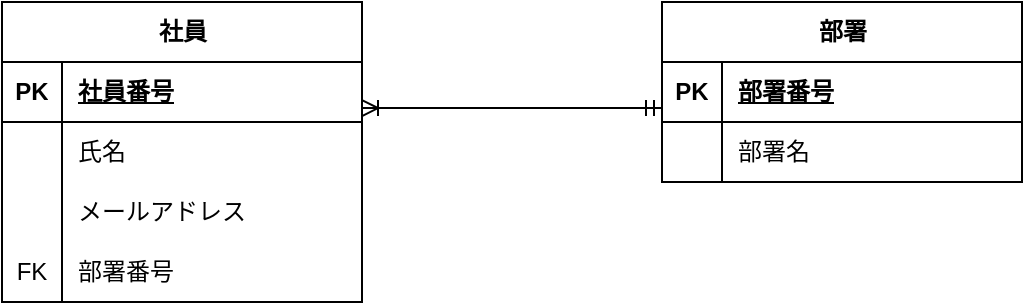
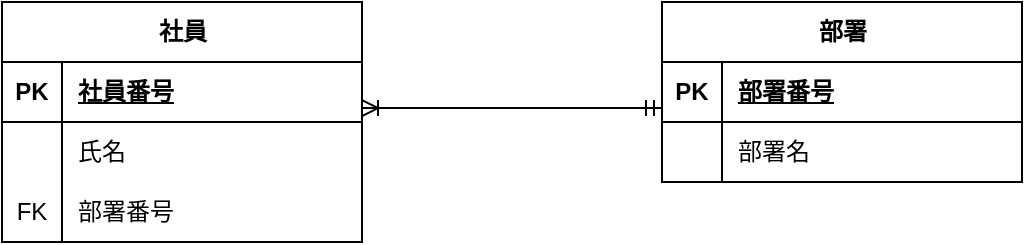
<mxfile host="65bd71144e">
    <diagram name="ページ-1" id="KEg2G5C3dqyvgz9N-VbT">
-         <mxGraphModel dx="716" dy="276" grid="1" gridSize="10" guides="1" tooltips="1" connect="1" arrows="1" fold="1" page="1" pageScale="1" pageWidth="827" pageHeight="1169" math="0" shadow="0">
+         <mxGraphModel dx="446" dy="235" grid="1" gridSize="10" guides="1" tooltips="1" connect="1" arrows="1" fold="1" page="1" pageScale="1" pageWidth="827" pageHeight="1169" math="0" shadow="0">
            <root>
                <mxCell id="0"/>
                <mxCell id="1" parent="0"/>
                <mxCell id="LtmOEKHo_LTRpUcJHJ3s-27" style="edgeStyle=orthogonalEdgeStyle;rounded=0;orthogonalLoop=1;jettySize=auto;html=1;exitX=1;exitY=0.767;exitDx=0;exitDy=0;entryX=0;entryY=0.767;entryDx=0;entryDy=0;startArrow=ERoneToMany;startFill=0;endArrow=ERmandOne;endFill=0;exitPerimeter=0;entryPerimeter=0;" parent="1" source="3" target="16" edge="1">
                    <mxGeometry relative="1" as="geometry"/>
                </mxCell>
                <mxCell id="2" value="社員" style="shape=table;startSize=30;container=1;collapsible=1;childLayout=tableLayout;fixedRows=1;rowLines=0;fontStyle=1;align=center;resizeLast=1;html=1;" parent="1" vertex="1">
-                     <mxGeometry x="40" y="40" width="180" height="150" as="geometry"/>
+                     <mxGeometry x="40" y="40" width="180" height="120" as="geometry"/>
                </mxCell>
                <mxCell id="3" value="" style="shape=tableRow;horizontal=0;startSize=0;swimlaneHead=0;swimlaneBody=0;fillColor=none;collapsible=0;dropTarget=0;points=[[0,0.5],[1,0.5]];portConstraint=eastwest;top=0;left=0;right=0;bottom=1;" parent="2" vertex="1">
                    <mxGeometry y="30" width="180" height="30" as="geometry"/>
                </mxCell>
                <mxCell id="4" value="PK" style="shape=partialRectangle;connectable=0;fillColor=none;top=0;left=0;bottom=0;right=0;fontStyle=1;overflow=hidden;whiteSpace=wrap;html=1;" parent="3" vertex="1">
                    <mxGeometry width="30" height="30" as="geometry">
                        <mxRectangle width="30" height="30" as="alternateBounds"/>
                    </mxGeometry>
                </mxCell>
                <mxCell id="5" value="社員番号" style="shape=partialRectangle;connectable=0;fillColor=none;top=0;left=0;bottom=0;right=0;align=left;spacingLeft=6;fontStyle=5;overflow=hidden;whiteSpace=wrap;html=1;" parent="3" vertex="1">
                    <mxGeometry x="30" width="150" height="30" as="geometry">
                        <mxRectangle width="150" height="30" as="alternateBounds"/>
                    </mxGeometry>
                </mxCell>
                <mxCell id="6" value="" style="shape=tableRow;horizontal=0;startSize=0;swimlaneHead=0;swimlaneBody=0;fillColor=none;collapsible=0;dropTarget=0;points=[[0,0.5],[1,0.5]];portConstraint=eastwest;top=0;left=0;right=0;bottom=0;" parent="2" vertex="1">
                    <mxGeometry y="60" width="180" height="30" as="geometry"/>
                </mxCell>
                <mxCell id="7" value="" style="shape=partialRectangle;connectable=0;fillColor=none;top=0;left=0;bottom=0;right=0;editable=1;overflow=hidden;whiteSpace=wrap;html=1;" parent="6" vertex="1">
                    <mxGeometry width="30" height="30" as="geometry">
                        <mxRectangle width="30" height="30" as="alternateBounds"/>
                    </mxGeometry>
                </mxCell>
                <mxCell id="8" value="氏名" style="shape=partialRectangle;connectable=0;fillColor=none;top=0;left=0;bottom=0;right=0;align=left;spacingLeft=6;overflow=hidden;whiteSpace=wrap;html=1;" parent="6" vertex="1">
                    <mxGeometry x="30" width="150" height="30" as="geometry">
                        <mxRectangle width="150" height="30" as="alternateBounds"/>
                    </mxGeometry>
                </mxCell>
-                 <mxCell id="9" value="" style="shape=tableRow;horizontal=0;startSize=0;swimlaneHead=0;swimlaneBody=0;fillColor=none;collapsible=0;dropTarget=0;points=[[0,0.5],[1,0.5]];portConstraint=eastwest;top=0;left=0;right=0;bottom=0;" parent="2" vertex="1">
+                 <mxCell id="12" value="" style="shape=tableRow;horizontal=0;startSize=0;swimlaneHead=0;swimlaneBody=0;fillColor=none;collapsible=0;dropTarget=0;points=[[0,0.5],[1,0.5]];portConstraint=eastwest;top=0;left=0;right=0;bottom=0;" parent="2" vertex="1">
                    <mxGeometry y="90" width="180" height="30" as="geometry"/>
-                 </mxCell>
-                 <mxCell id="10" value="" style="shape=partialRectangle;connectable=0;fillColor=none;top=0;left=0;bottom=0;right=0;editable=1;overflow=hidden;whiteSpace=wrap;html=1;" parent="9" vertex="1">
-                     <mxGeometry width="30" height="30" as="geometry">
-                         <mxRectangle width="30" height="30" as="alternateBounds"/>
-                     </mxGeometry>
-                 </mxCell>
-                 <mxCell id="11" value="メールアドレス" style="shape=partialRectangle;connectable=0;fillColor=none;top=0;left=0;bottom=0;right=0;align=left;spacingLeft=6;overflow=hidden;whiteSpace=wrap;html=1;" parent="9" vertex="1">
-                     <mxGeometry x="30" width="150" height="30" as="geometry">
-                         <mxRectangle width="150" height="30" as="alternateBounds"/>
-                     </mxGeometry>
-                 </mxCell>
-                 <mxCell id="12" value="" style="shape=tableRow;horizontal=0;startSize=0;swimlaneHead=0;swimlaneBody=0;fillColor=none;collapsible=0;dropTarget=0;points=[[0,0.5],[1,0.5]];portConstraint=eastwest;top=0;left=0;right=0;bottom=0;" parent="2" vertex="1">
-                     <mxGeometry y="120" width="180" height="30" as="geometry"/>
                </mxCell>
                <mxCell id="13" value="FK" style="shape=partialRectangle;connectable=0;fillColor=none;top=0;left=0;bottom=0;right=0;editable=1;overflow=hidden;whiteSpace=wrap;html=1;" parent="12" vertex="1">
                    <mxGeometry width="30" height="30" as="geometry">
                        <mxRectangle width="30" height="30" as="alternateBounds"/>
                    </mxGeometry>
                </mxCell>
                <mxCell id="14" value="部署番号" style="shape=partialRectangle;connectable=0;fillColor=none;top=0;left=0;bottom=0;right=0;align=left;spacingLeft=6;overflow=hidden;whiteSpace=wrap;html=1;" parent="12" vertex="1">
                    <mxGeometry x="30" width="150" height="30" as="geometry">
                        <mxRectangle width="150" height="30" as="alternateBounds"/>
                    </mxGeometry>
                </mxCell>
                <mxCell id="15" value="部署" style="shape=table;startSize=30;container=1;collapsible=1;childLayout=tableLayout;fixedRows=1;rowLines=0;fontStyle=1;align=center;resizeLast=1;html=1;" parent="1" vertex="1">
                    <mxGeometry x="370" y="40" width="180" height="90" as="geometry"/>
                </mxCell>
                <mxCell id="16" value="" style="shape=tableRow;horizontal=0;startSize=0;swimlaneHead=0;swimlaneBody=0;fillColor=none;collapsible=0;dropTarget=0;points=[[0,0.5],[1,0.5]];portConstraint=eastwest;top=0;left=0;right=0;bottom=1;" parent="15" vertex="1">
                    <mxGeometry y="30" width="180" height="30" as="geometry"/>
                </mxCell>
                <mxCell id="17" value="PK" style="shape=partialRectangle;connectable=0;fillColor=none;top=0;left=0;bottom=0;right=0;fontStyle=1;overflow=hidden;whiteSpace=wrap;html=1;" parent="16" vertex="1">
                    <mxGeometry width="30" height="30" as="geometry">
                        <mxRectangle width="30" height="30" as="alternateBounds"/>
                    </mxGeometry>
                </mxCell>
                <mxCell id="18" value="部署番号" style="shape=partialRectangle;connectable=0;fillColor=none;top=0;left=0;bottom=0;right=0;align=left;spacingLeft=6;fontStyle=5;overflow=hidden;whiteSpace=wrap;html=1;" parent="16" vertex="1">
                    <mxGeometry x="30" width="150" height="30" as="geometry">
                        <mxRectangle width="150" height="30" as="alternateBounds"/>
                    </mxGeometry>
                </mxCell>
                <mxCell id="19" value="" style="shape=tableRow;horizontal=0;startSize=0;swimlaneHead=0;swimlaneBody=0;fillColor=none;collapsible=0;dropTarget=0;points=[[0,0.5],[1,0.5]];portConstraint=eastwest;top=0;left=0;right=0;bottom=0;" parent="15" vertex="1">
                    <mxGeometry y="60" width="180" height="30" as="geometry"/>
                </mxCell>
                <mxCell id="20" value="" style="shape=partialRectangle;connectable=0;fillColor=none;top=0;left=0;bottom=0;right=0;editable=1;overflow=hidden;whiteSpace=wrap;html=1;" parent="19" vertex="1">
                    <mxGeometry width="30" height="30" as="geometry">
                        <mxRectangle width="30" height="30" as="alternateBounds"/>
                    </mxGeometry>
                </mxCell>
                <mxCell id="21" value="部署名" style="shape=partialRectangle;connectable=0;fillColor=none;top=0;left=0;bottom=0;right=0;align=left;spacingLeft=6;overflow=hidden;whiteSpace=wrap;html=1;" parent="19" vertex="1">
                    <mxGeometry x="30" width="150" height="30" as="geometry">
                        <mxRectangle width="150" height="30" as="alternateBounds"/>
                    </mxGeometry>
                </mxCell>
            </root>
        </mxGraphModel>
    </diagram>
</mxfile>